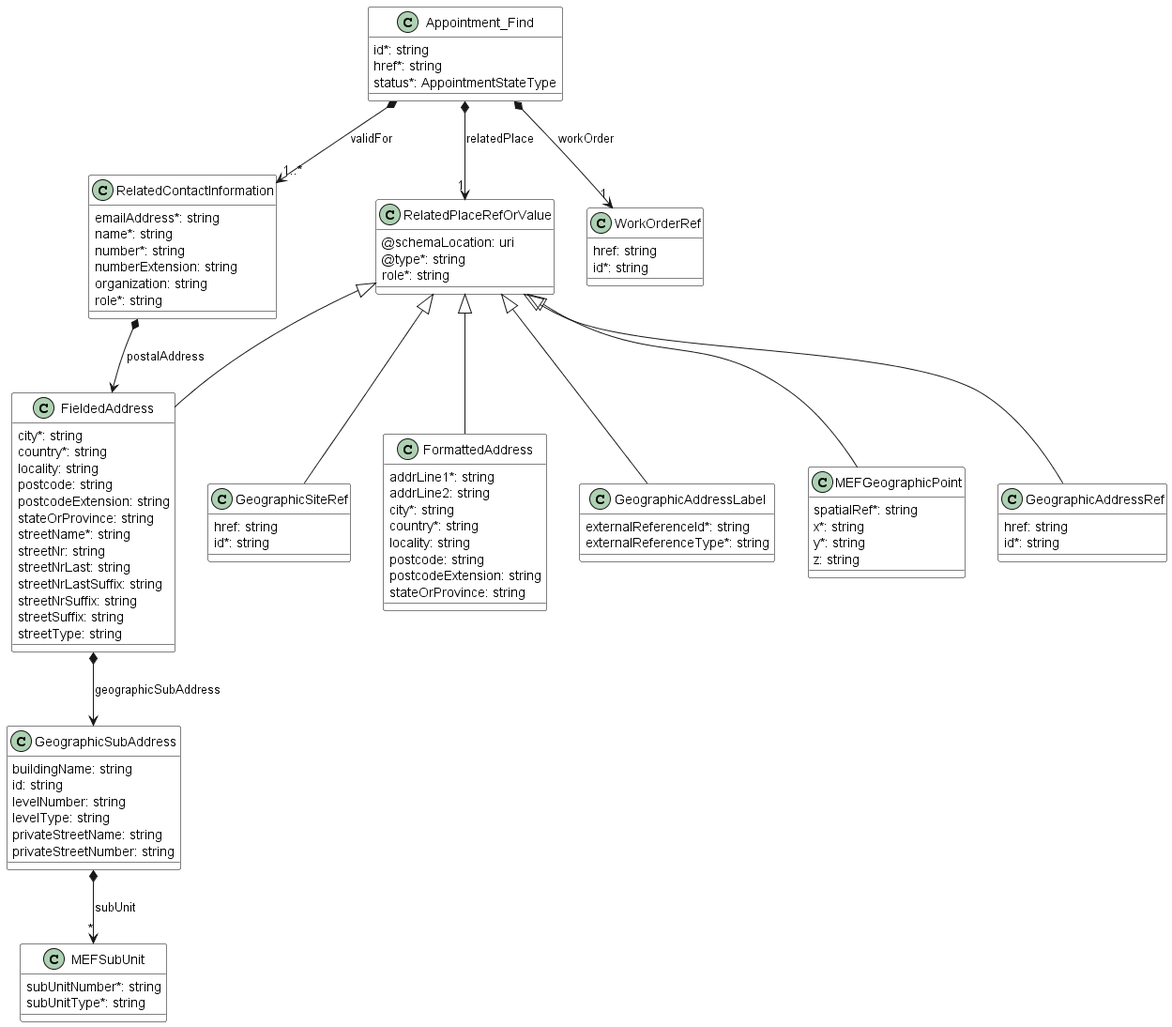
The PlantUML diagram documentation/productApi/workforce/media/useCase9Model.png in MEF-GIT/MEF-LSO-Sonata-SDK, before a commit.
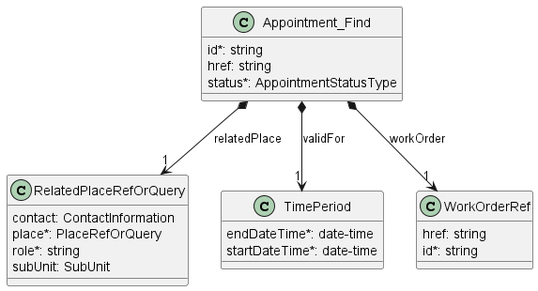
Above is the later version.

What changed in the source:
```diff
@@ -1,132 +1,18 @@
 @startuml
-skinparam {
-    ClassBackgroundColor White
-    ClassBorderColor Black
-}
-
 
 class Appointment_Find {
 
     id*: string
-    href*: string
-    status*: AppointmentStateType
+    href: string
+    status*: AppointmentStatusType
 }
 
-Appointment_Find *-->"1" RelatedPlaceRefOrValue : relatedPlace
-Appointment_Find *-->"1..*" RelatedContactInformation : validFor
+Appointment_Find *-->"1" RelatedPlaceRefOrQuery : relatedPlace
+Appointment_Find *-->"1" TimePeriod : validFor
 Appointment_Find *-->"1" WorkOrderRef : workOrder
 
 
-class FormattedAddress {
 
-    addrLine1*: string
-    addrLine2: string
-    city*: string
-    country*: string
-    locality: string
-    postcode: string
-    postcodeExtension: string
-    stateOrProvince: string
-}
-RelatedPlaceRefOrValue <|-- FormattedAddress
-
-
-
-class GeographicAddressRef {
-
-    href: string
-    id*: string
-}
-RelatedPlaceRefOrValue <|-- GeographicAddressRef
-
-
-
-class GeographicSiteRef {
-
-    href: string
-    id*: string
-}
-RelatedPlaceRefOrValue <|-- GeographicSiteRef
-
-
-
-class GeographicSubAddress {
-
-    buildingName: string
-    id: string
-    levelNumber: string
-    levelType: string
-    privateStreetName: string
-    privateStreetNumber: string
-}
-
-GeographicSubAddress *-->"*" MEFSubUnit : subUnit
-
-
-
-class MEFSubUnit {
-
-    subUnitNumber*: string
-    subUnitType*: string
-}
-
-class RelatedContactInformation {
-
-    emailAddress*: string
-    name*: string
-    number*: string
-    numberExtension: string
-    organization: string
-    role*: string
-}
-
-RelatedContactInformation *--> FieldedAddress : postalAddress
-
-class FieldedAddress {
-
-    city*: string
-    country*: string
-    locality: string
-    postcode: string
-    postcodeExtension: string
-    stateOrProvince: string
-    streetName*: string
-    streetNr: string
-    streetNrLast: string
-    streetNrLastSuffix: string
-    streetNrSuffix: string
-    streetSuffix: string
-    streetType: string
-}
-RelatedPlaceRefOrValue <|-- FieldedAddress
-
-FieldedAddress *--> GeographicSubAddress : geographicSubAddress
-
-
-class GeographicAddressLabel {
-
-    externalReferenceId*: string
-    externalReferenceType*: string
-}
-RelatedPlaceRefOrValue <|-- GeographicAddressLabel
-
-
-
-class RelatedPlaceRefOrValue {
-
-    @schemaLocation: uri
-    @type*: string
-    role*: string
-}
-
-class MEFGeographicPoint {
-
-    spatialRef*: string
-    x*: string
-    y*: string
-    z: string
-}
-RelatedPlaceRefOrValue <|-- MEFGeographicPoint
 
 class WorkOrderRef {
 
@@ -134,5 +20,21 @@
     id*: string
 }
 
+class TimePeriod {
+
+    endDateTime*: date-time
+    startDateTime*: date-time
+}
+
+
+
+
+class RelatedPlaceRefOrQuery {
+    contact: ContactInformation
+    place*: PlaceRefOrQuery
+    role*: string
+    subUnit: SubUnit
+}
+
 
 @enduml
```
